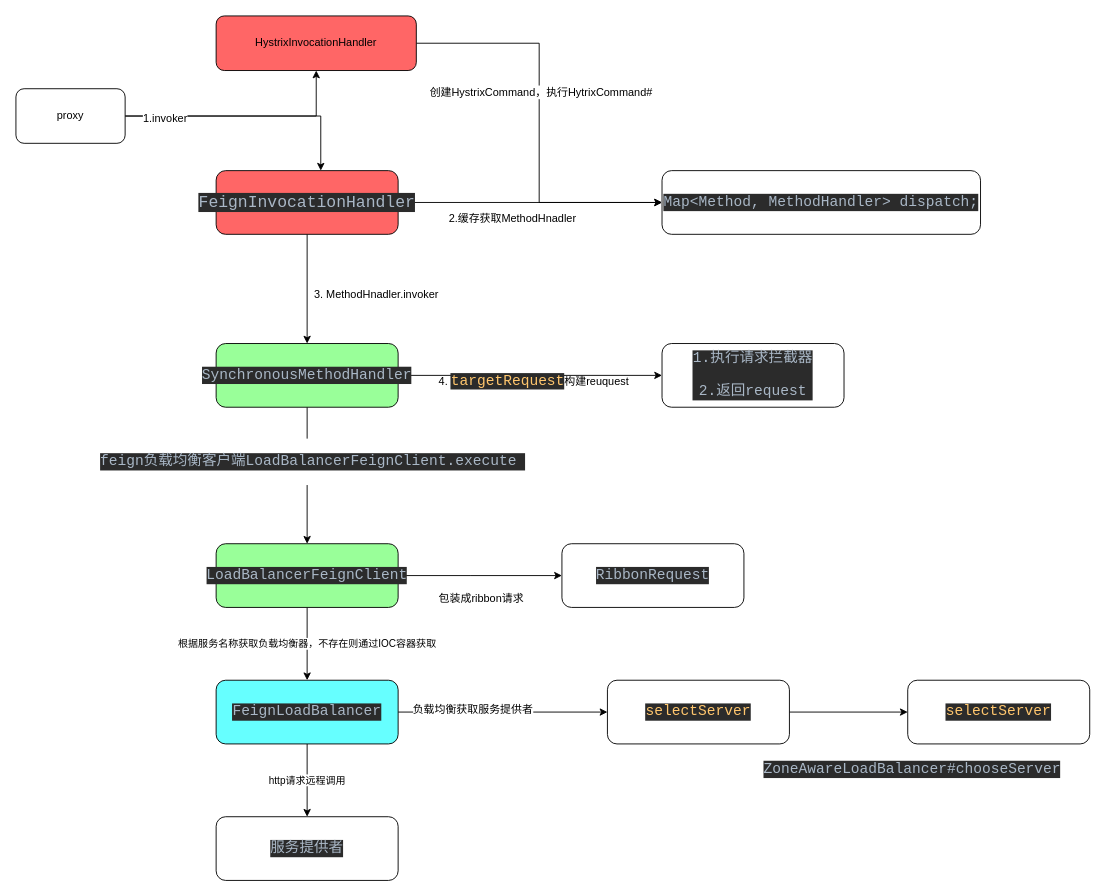
GaBengcu1/draw keeps this draw.io diagram as Feign流程图.drawio. Above is the earlier version. Source tidied: cells renumbered, new cells numbered last; positions are measured from the earlier drawing's top-left corner, leaving out a move shared by most shapes. Both pictures are drawn from the tidied source at 91%, with x=0, y=0 at pixel (15, 15).
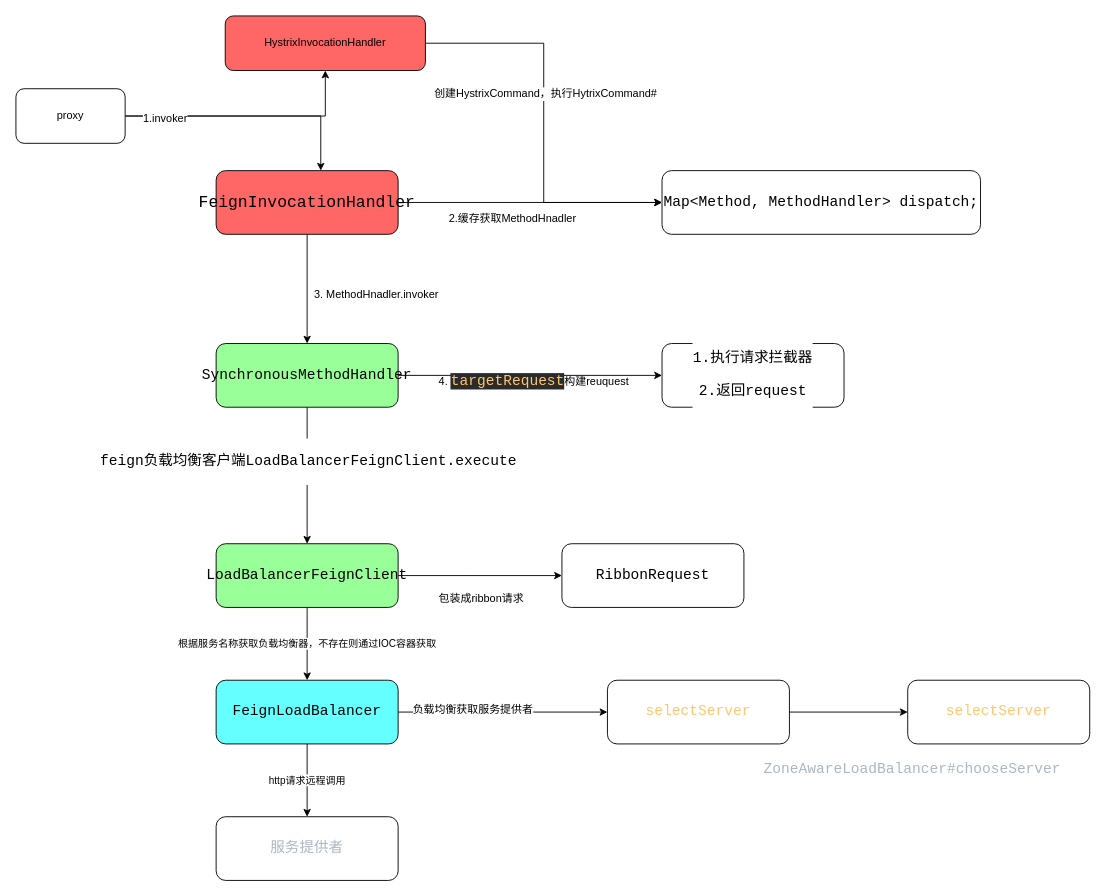
The same diagram, later.

Commit message (it also covers changes not shown here):
更新Feign流程图.drawio

The change refers to these unchanged cells:
```xml
<mxCell id="14" style="edgeStyle=orthogonalEdgeStyle;rounded=0;jettySize=auto;html=1;" parent="1" edge="1" source="16" target="19">
  <mxGeometry relative="1" as="geometry">
    <Array as="points">
      <mxPoint x="320" y="470" />
      <mxPoint x="320" y="470" />
    </Array>
  </mxGeometry>
</mxCell>
```

What changed in the source:
```diff
@@
     <mxCell id="9" value="HystrixInvocationHandler" style="rounded=1;whiteSpace=wrap;html=1;fillColor=#FF6666;" parent="1" vertex="1">
-      <mxGeometry x="220" width="220" height="60" as="geometry" />
+      <mxGeometry x="230" width="220" height="60" as="geometry" />
     </mxCell>
@@
-    <mxCell id="12" value="&lt;pre style=&quot;background-color: rgb(43 , 43 , 43)&quot;&gt;&lt;font color=&quot;#a9b7c6&quot; face=&quot;consolas&quot;&gt;&lt;font style=&quot;font-size: 18px&quot;&gt;FeignInvocationHandler&lt;/font&gt;&lt;span style=&quot;font-size: 12pt&quot;&gt;&lt;br&gt;&lt;/span&gt;&lt;/font&gt;&lt;/pre&gt;" style="rounded=1;whiteSpace=wrap;html=1;fillColor=#FF6666;" parent="1" vertex="1">
+    <mxCell id="12" value="&lt;pre style=&quot;&quot;&gt;&lt;font style=&quot;&quot; face=&quot;consolas&quot;&gt;&lt;font style=&quot;font-size: 18px;&quot;&gt;FeignInvocationHandler&lt;/font&gt;&lt;span style=&quot;color: rgb(169, 183, 198); background-color: rgb(43, 43, 43); font-size: 12pt;&quot;&gt;&lt;br&gt;&lt;/span&gt;&lt;/font&gt;&lt;/pre&gt;" style="rounded=1;whiteSpace=wrap;html=1;fillColor=#FF6666;" parent="1" vertex="1">
       <mxGeometry x="220" y="170" width="200" height="70" as="geometry" />
     </mxCell>
@@
-    <mxCell id="15" value="&lt;pre style=&quot;background-color: #2b2b2b ; color: #a9b7c6 ; font-family: &amp;#34;consolas&amp;#34; ; font-size: 12.0pt&quot;&gt;feign负载均衡客户端LoadBalancerFeignClient.execute &lt;/pre&gt;" style="text;html=1;align=center;verticalAlign=middle;labelBackgroundColor=#ffffff;" parent="14" vertex="1">
+    <mxCell id="15" value="&lt;pre style=&quot;font-family: consolas; font-size: 12pt;&quot;&gt;feign负载均衡客户端LoadBalancerFeignClient.execute &lt;/pre&gt;" style="text;html=1;align=center;verticalAlign=middle;labelBackgroundColor=#ffffff;" parent="14" vertex="1">
       <mxGeometry x="-0.21" y="5" relative="1" as="geometry" />
     </mxCell>
-    <mxCell id="16" value="&lt;pre style=&quot;background-color: rgb(43 , 43 , 43)&quot;&gt;&lt;pre style=&quot;color: rgb(169 , 183 , 198) ; font-family: &amp;#34;consolas&amp;#34; ; font-size: 12pt&quot;&gt;SynchronousMethodHandler&lt;/pre&gt;&lt;/pre&gt;" style="rounded=1;whiteSpace=wrap;html=1;fillColor=#99FF99;" parent="1" vertex="1">
+    <mxCell id="16" value="&lt;pre style=&quot;&quot;&gt;&lt;pre style=&quot;font-family: consolas; font-size: 12pt;&quot;&gt;SynchronousMethodHandler&lt;/pre&gt;&lt;/pre&gt;" style="rounded=1;whiteSpace=wrap;html=1;fillColor=#99FF99;" parent="1" vertex="1">
       <mxGeometry x="220" y="360" width="200" height="70" as="geometry" />
     </mxCell>
@@
-    <mxCell id="19" value="&lt;pre style=&quot;background-color: rgb(43 , 43 , 43)&quot;&gt;&lt;pre style=&quot;color: rgb(169 , 183 , 198) ; font-family: &amp;#34;consolas&amp;#34; ; font-size: 12pt&quot;&gt;&lt;pre style=&quot;font-family: &amp;#34;consolas&amp;#34; ; font-size: 12pt&quot;&gt;LoadBalancerFeignClient&lt;/pre&gt;&lt;/pre&gt;&lt;/pre&gt;" style="rounded=1;whiteSpace=wrap;html=1;fillColor=#99FF99;" parent="1" vertex="1">
+    <mxCell id="19" value="&lt;pre style=&quot;&quot;&gt;&lt;pre style=&quot;font-family: consolas; font-size: 12pt;&quot;&gt;&lt;pre style=&quot;font-family: consolas; font-size: 12pt;&quot;&gt;LoadBalancerFeignClient&lt;/pre&gt;&lt;/pre&gt;&lt;/pre&gt;" style="rounded=1;whiteSpace=wrap;html=1;fillColor=#99FF99;" parent="1" vertex="1">
       <mxGeometry x="220" y="580" width="200" height="70" as="geometry" />
     </mxCell>
@@
-    <mxCell id="24" value="&lt;pre style=&quot;background-color: rgb(43 , 43 , 43)&quot;&gt;&lt;pre style=&quot;color: rgb(169 , 183 , 198) ; font-family: &amp;#34;consolas&amp;#34; ; font-size: 12pt&quot;&gt;&lt;pre style=&quot;font-family: &amp;#34;consolas&amp;#34; ; font-size: 12pt&quot;&gt;&lt;pre style=&quot;font-family: &amp;#34;consolas&amp;#34; ; font-size: 12pt&quot;&gt;FeignLoadBalancer&lt;/pre&gt;&lt;/pre&gt;&lt;/pre&gt;&lt;/pre&gt;" style="rounded=1;whiteSpace=wrap;html=1;fillColor=#66FFFF;" parent="1" vertex="1">
+    <mxCell id="24" value="&lt;pre style=&quot;&quot;&gt;&lt;pre style=&quot;font-family: consolas; font-size: 12pt;&quot;&gt;&lt;pre style=&quot;font-family: consolas; font-size: 12pt;&quot;&gt;&lt;pre style=&quot;font-family: consolas; font-size: 12pt;&quot;&gt;FeignLoadBalancer&lt;/pre&gt;&lt;/pre&gt;&lt;/pre&gt;&lt;/pre&gt;" style="rounded=1;whiteSpace=wrap;html=1;fillColor=#66FFFF;" parent="1" vertex="1">
       <mxGeometry x="220" y="730" width="200" height="70" as="geometry" />
     </mxCell>
-    <mxCell id="25" value="&lt;pre style=&quot;background-color: rgb(43 , 43 , 43)&quot;&gt;&lt;pre style=&quot;color: rgb(169 , 183 , 198) ; font-family: &amp;#34;consolas&amp;#34; ; font-size: 12pt&quot;&gt;&lt;pre style=&quot;font-family: &amp;#34;consolas&amp;#34; ; font-size: 12pt&quot;&gt;&lt;pre style=&quot;font-family: &amp;#34;consolas&amp;#34; ; font-size: 12pt&quot;&gt;服务提供者&lt;/pre&gt;&lt;/pre&gt;&lt;/pre&gt;&lt;/pre&gt;" style="rounded=1;whiteSpace=wrap;html=1;" parent="1" vertex="1">
+    <mxCell id="25" value="&lt;pre style=&quot;&quot;&gt;&lt;pre style=&quot;color: rgb(169, 183, 198); font-family: consolas; font-size: 12pt;&quot;&gt;&lt;pre style=&quot;font-family: consolas; font-size: 12pt;&quot;&gt;&lt;pre style=&quot;font-family: consolas; font-size: 12pt;&quot;&gt;服务提供者&lt;/pre&gt;&lt;/pre&gt;&lt;/pre&gt;&lt;/pre&gt;" style="rounded=1;whiteSpace=wrap;html=1;" parent="1" vertex="1">
       <mxGeometry x="220" y="880" width="200" height="70" as="geometry" />
     </mxCell>
@@
-    <mxCell id="27" value="&lt;pre style=&quot;background-color: rgb(43 , 43 , 43)&quot;&gt;&lt;pre style=&quot;color: rgb(169 , 183 , 198) ; font-family: &amp;#34;consolas&amp;#34; ; font-size: 12pt&quot;&gt;&lt;pre style=&quot;font-family: &amp;#34;consolas&amp;#34; ; font-size: 12pt&quot;&gt;&lt;pre style=&quot;font-family: &amp;#34;consolas&amp;#34; ; font-size: 12pt&quot;&gt;&lt;pre style=&quot;font-family: &amp;#34;consolas&amp;#34; ; font-size: 12pt&quot;&gt;&lt;span style=&quot;color: rgb(255 , 198 , 109)&quot;&gt;selectServer&lt;/span&gt;&lt;/pre&gt;&lt;/pre&gt;&lt;/pre&gt;&lt;/pre&gt;&lt;/pre&gt;" style="rounded=1;whiteSpace=wrap;html=1;" parent="1" vertex="1">
+    <mxCell id="27" value="&lt;pre style=&quot;&quot;&gt;&lt;pre style=&quot;color: rgb(169, 183, 198); font-family: consolas; font-size: 12pt;&quot;&gt;&lt;pre style=&quot;font-family: consolas; font-size: 12pt;&quot;&gt;&lt;pre style=&quot;font-family: consolas; font-size: 12pt;&quot;&gt;&lt;pre style=&quot;font-family: consolas; font-size: 12pt;&quot;&gt;&lt;span style=&quot;color: rgb(255, 198, 109);&quot;&gt;selectServer&lt;/span&gt;&lt;/pre&gt;&lt;/pre&gt;&lt;/pre&gt;&lt;/pre&gt;&lt;/pre&gt;" style="rounded=1;whiteSpace=wrap;html=1;" parent="1" vertex="1">
       <mxGeometry x="650" y="730" width="200" height="70" as="geometry" />
     </mxCell>
-    <mxCell id="28" value="&lt;pre style=&quot;background-color: rgb(43 , 43 , 43)&quot;&gt;&lt;pre style=&quot;color: rgb(169 , 183 , 198) ; font-family: &amp;#34;consolas&amp;#34; ; font-size: 12pt&quot;&gt;&lt;pre style=&quot;font-family: &amp;#34;consolas&amp;#34; ; font-size: 12pt&quot;&gt;&lt;pre style=&quot;font-family: &amp;#34;consolas&amp;#34; ; font-size: 12pt&quot;&gt;&lt;pre style=&quot;font-family: &amp;#34;consolas&amp;#34; ; font-size: 12pt&quot;&gt;&lt;span style=&quot;color: rgb(255 , 198 , 109)&quot;&gt;selectServer&lt;/span&gt;&lt;/pre&gt;&lt;/pre&gt;&lt;/pre&gt;&lt;/pre&gt;&lt;/pre&gt;" style="rounded=1;whiteSpace=wrap;html=1;" parent="1" vertex="1">
+    <mxCell id="28" value="&lt;pre style=&quot;&quot;&gt;&lt;pre style=&quot;color: rgb(169, 183, 198); font-family: consolas; font-size: 12pt;&quot;&gt;&lt;pre style=&quot;font-family: consolas; font-size: 12pt;&quot;&gt;&lt;pre style=&quot;font-family: consolas; font-size: 12pt;&quot;&gt;&lt;pre style=&quot;font-family: consolas; font-size: 12pt;&quot;&gt;&lt;span style=&quot;color: rgb(255, 198, 109);&quot;&gt;selectServer&lt;/span&gt;&lt;/pre&gt;&lt;/pre&gt;&lt;/pre&gt;&lt;/pre&gt;&lt;/pre&gt;" style="rounded=1;whiteSpace=wrap;html=1;" parent="1" vertex="1">
       <mxGeometry x="980" y="730" width="200" height="70" as="geometry" />
     </mxCell>
-    <mxCell id="29" value="&lt;pre style=&quot;background-color: rgb(43 , 43 , 43)&quot;&gt;&lt;pre style=&quot;color: rgb(169 , 183 , 198) ; font-family: &amp;#34;consolas&amp;#34; ; font-size: 12pt&quot;&gt;&lt;pre style=&quot;font-family: &amp;#34;consolas&amp;#34; ; font-size: 12pt&quot;&gt;&lt;pre style=&quot;font-family: &amp;#34;consolas&amp;#34; ; font-size: 12pt&quot;&gt;RibbonRequest&lt;/pre&gt;&lt;/pre&gt;&lt;/pre&gt;&lt;/pre&gt;" style="rounded=1;whiteSpace=wrap;html=1;" parent="1" vertex="1">
+    <mxCell id="29" value="&lt;pre style=&quot;&quot;&gt;&lt;pre style=&quot;font-family: consolas; font-size: 12pt;&quot;&gt;&lt;pre style=&quot;font-family: consolas; font-size: 12pt;&quot;&gt;&lt;pre style=&quot;font-family: consolas; font-size: 12pt;&quot;&gt;RibbonRequest&lt;/pre&gt;&lt;/pre&gt;&lt;/pre&gt;&lt;/pre&gt;" style="rounded=1;whiteSpace=wrap;html=1;" parent="1" vertex="1">
       <mxGeometry x="600" y="580" width="200" height="70" as="geometry" />
     </mxCell>
-    <mxCell id="30" value="&lt;pre style=&quot;background-color: rgb(43 , 43 , 43)&quot;&gt;&lt;pre style=&quot;color: rgb(169 , 183 , 198) ; font-family: &amp;#34;consolas&amp;#34; ; font-size: 12pt&quot;&gt;1.执行请求拦截器&lt;/pre&gt;&lt;pre style=&quot;color: rgb(169 , 183 , 198) ; font-family: &amp;#34;consolas&amp;#34; ; font-size: 12pt&quot;&gt;2.返回request&lt;/pre&gt;&lt;/pre&gt;" style="rounded=1;whiteSpace=wrap;html=1;fillColor=#FFFFFF;" parent="1" vertex="1">
+    <mxCell id="30" value="&lt;pre style=&quot;line-height: 120%;&quot;&gt;&lt;pre style=&quot;font-family: consolas; font-size: 12pt; line-height: 120%;&quot;&gt;&lt;span style=&quot;background-color: rgb(255, 255, 255);&quot;&gt;1.执行请求拦截器&lt;/span&gt;&lt;/pre&gt;&lt;pre style=&quot;font-family: consolas; font-size: 12pt; line-height: 120%;&quot;&gt;&lt;span style=&quot;background-color: rgb(255, 255, 255);&quot;&gt;2.返回request&lt;/span&gt;&lt;/pre&gt;&lt;/pre&gt;" style="rounded=1;whiteSpace=wrap;html=1;fillColor=#FFFFFF;fontColor=#000000;labelBackgroundColor=default;" parent="1" vertex="1">
       <mxGeometry x="710" y="360" width="200" height="70" as="geometry" />
     </mxCell>
-    <mxCell id="31" value="&lt;pre style=&quot;background-color: rgb(43 , 43 , 43)&quot;&gt;&lt;pre&gt;&lt;font color=&quot;#a9b7c6&quot; face=&quot;consolas&quot;&gt;&lt;span style=&quot;font-size: 16px&quot;&gt;Map&amp;lt;Method, MethodHandler&amp;gt; dispatch;&lt;/span&gt;&lt;span style=&quot;font-size: 12pt&quot;&gt;&lt;br&gt;&lt;/span&gt;&lt;/font&gt;&lt;/pre&gt;&lt;/pre&gt;" style="rounded=1;whiteSpace=wrap;html=1;" parent="1" vertex="1">
+    <mxCell id="31" value="&lt;pre style=&quot;&quot;&gt;&lt;pre style=&quot;&quot;&gt;&lt;font style=&quot;&quot; face=&quot;consolas&quot;&gt;&lt;span style=&quot;font-size: 16px;&quot;&gt;Map&amp;lt;Method, MethodHandler&amp;gt; dispatch;&lt;/span&gt;&lt;span style=&quot;color: rgb(169, 183, 198); background-color: rgb(43, 43, 43); font-size: 12pt;&quot;&gt;&lt;br&gt;&lt;/span&gt;&lt;/font&gt;&lt;/pre&gt;&lt;/pre&gt;" style="rounded=1;whiteSpace=wrap;html=1;" parent="1" vertex="1">
       <mxGeometry x="710" y="170" width="350" height="70" as="geometry" />
     </mxCell>
@@
-    <mxCell id="36" value="&lt;pre style=&quot;background-color: #2b2b2b ; color: #a9b7c6 ; font-family: &amp;#34;consolas&amp;#34; ; font-size: 12.0pt&quot;&gt;&lt;span style=&quot;font-family: &amp;#34;consolas&amp;#34; ; font-size: 12pt ; white-space: nowrap&quot;&gt;ZoneAwareLoadBalancer&lt;/span&gt;#chooseServer&lt;/pre&gt;" style="text;html=1;align=left;verticalAlign=top;spacingTop=-4;" parent="1" vertex="1">
-      <mxGeometry x="820" y="800" width="310" height="50" as="geometry" />
+    <mxCell id="36" value="&lt;pre style=&quot;color: rgb(169, 183, 198); font-family: consolas; font-size: 12pt;&quot;&gt;&lt;span style=&quot;font-family: consolas; font-size: 12pt; white-space: nowrap;&quot;&gt;ZoneAwareLoadBalancer&lt;/span&gt;#chooseServer&lt;/pre&gt;" style="text;html=1;align=left;verticalAlign=top;spacingTop=-4;" parent="1" vertex="1">
+      <mxGeometry x="820" y="800" width="320" height="60" as="geometry" />
     </mxCell>
```
